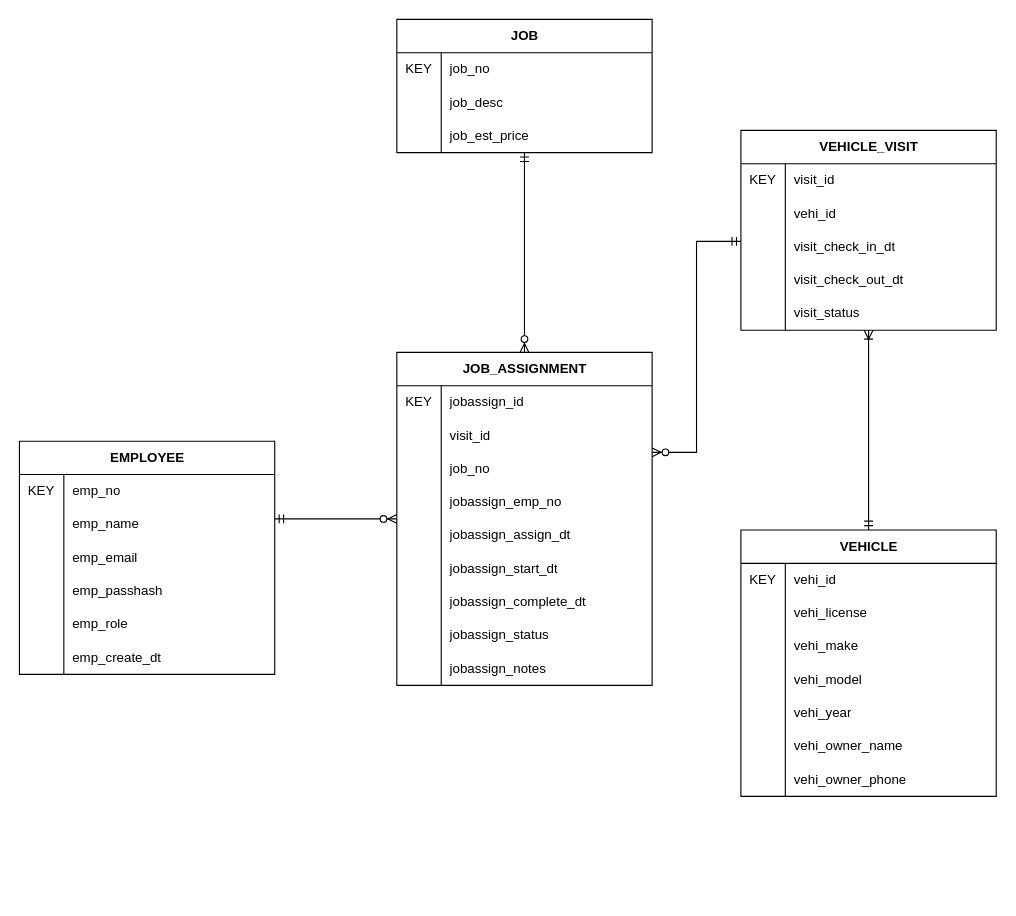
Earlier version of the draw.io diagram backend/design/erd.drawio (PrimeAutocare/primeautocare). Source tidied: cells renumbered, new cells numbered last; positions are measured from the earlier drawing's top-left corner, leaving out a move shared by most shapes. Both pictures are drawn from the tidied source at 111%, with x=0, y=0 at pixel (19, 19).
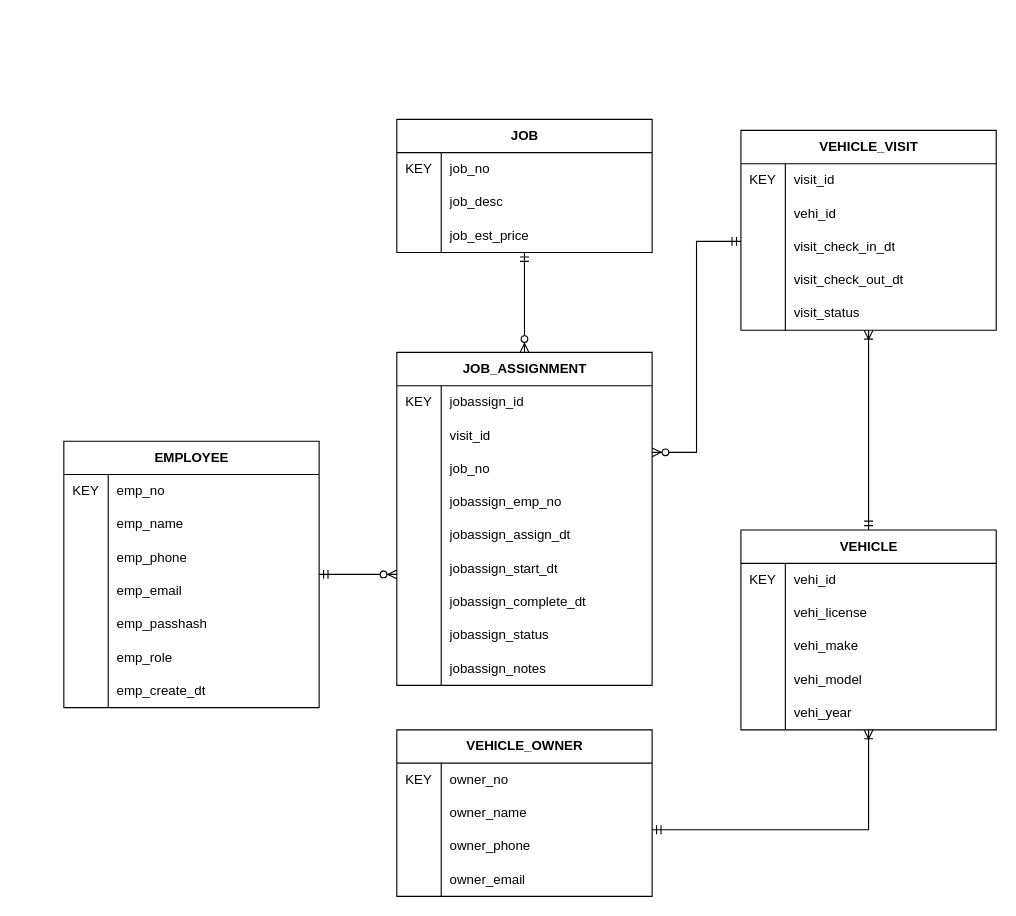
The same diagram, later.

Commit message:
Backend ERD: Add an Owner entity

- An owner entity was added to represent an owner of a vehicle.
- This was added because several vehicles could be owned by a single owner
- Also, if a separate owner entity does not exist, the owner details would have to be entered within the vehicle entity, which causes a partial dependency and data redundancy..

The edit, as a diff of the source:
```diff
@@
     <mxCell id="2" value="EMPLOYEE" style="shape=table;startSize=30;childLayout=tableLayout;rowLines=0;fontStyle=1;align=center;html=1;" parent="1" vertex="1">
-      <mxGeometry y="380" width="230" height="210" as="geometry" />
+      <mxGeometry x="40" y="380" width="230" height="240" as="geometry" />
     </mxCell>
@@
+    <mxCell id="101" style="shape=tableRow;horizontal=0;startSize=0;swimlaneHead=0;swimlaneBody=0;fillColor=none;top=0;left=0;right=0;bottom=0;" parent="2" vertex="1">
+      <mxGeometry y="90" width="230" height="30" as="geometry" />
+    </mxCell>
+    <mxCell id="102" style="shape=partialRectangle;fillColor=none;top=0;left=0;bottom=0;right=0;overflow=hidden;whiteSpace=wrap;html=1;" parent="101" vertex="1">
+      <mxGeometry width="40" height="30" as="geometry" />
+    </mxCell>
+    <mxCell id="103" value="emp_phone" style="shape=partialRectangle;fillColor=none;top=0;left=0;bottom=0;right=0;align=left;spacingLeft=6;overflow=hidden;whiteSpace=wrap;html=1;" parent="101" vertex="1">
+      <mxGeometry x="40" width="190" height="30" as="geometry" />
+    </mxCell>
     <mxCell id="9" style="shape=tableRow;horizontal=0;startSize=0;swimlaneHead=0;swimlaneBody=0;fillColor=none;top=0;left=0;right=0;bottom=0;" parent="2" vertex="1">
-      <mxGeometry y="90" width="230" height="30" as="geometry" />
+      <mxGeometry y="120" width="230" height="30" as="geometry" />
     </mxCell>
@@
     <mxCell id="12" style="shape=tableRow;horizontal=0;startSize=0;swimlaneHead=0;swimlaneBody=0;fillColor=none;top=0;left=0;right=0;bottom=0;" parent="2" vertex="1">
-      <mxGeometry y="120" width="230" height="30" as="geometry" />
+      <mxGeometry y="150" width="230" height="30" as="geometry" />
     </mxCell>
@@
     <mxCell id="15" style="shape=tableRow;horizontal=0;startSize=0;swimlaneHead=0;swimlaneBody=0;fillColor=none;top=0;left=0;right=0;bottom=0;" parent="2" vertex="1">
-      <mxGeometry y="150" width="230" height="30" as="geometry" />
+      <mxGeometry y="180" width="230" height="30" as="geometry" />
     </mxCell>
@@
     <mxCell id="18" style="shape=tableRow;horizontal=0;startSize=0;swimlaneHead=0;swimlaneBody=0;fillColor=none;top=0;left=0;right=0;bottom=0;" parent="2" vertex="1">
-      <mxGeometry y="180" width="230" height="30" as="geometry" />
+      <mxGeometry y="210" width="230" height="30" as="geometry" />
     </mxCell>
@@
     <mxCell id="21" value="VEHICLE" style="shape=table;startSize=30;childLayout=tableLayout;rowLines=0;fontStyle=1;align=center;html=1;" parent="1" vertex="1">
-      <mxGeometry x="650" y="460" width="230" height="240" as="geometry" />
+      <mxGeometry x="650" y="460" width="230" height="180" as="geometry" />
     </mxCell>
@@
-    <mxCell id="37" style="shape=tableRow;horizontal=0;startSize=0;swimlaneHead=0;swimlaneBody=0;fillColor=none;top=0;left=0;right=0;bottom=0;" parent="21" vertex="1">
-      <mxGeometry y="180" width="230" height="30" as="geometry" />
-    </mxCell>
-    <mxCell id="38" style="shape=partialRectangle;fillColor=none;top=0;left=0;bottom=0;right=0;overflow=hidden;whiteSpace=wrap;html=1;" parent="37" vertex="1">
-      <mxGeometry width="40" height="30" as="geometry" />
-    </mxCell>
-    <mxCell id="39" value="vehi_owner_name" style="shape=partialRectangle;fillColor=none;top=0;left=0;bottom=0;right=0;align=left;spacingLeft=6;overflow=hidden;whiteSpace=wrap;html=1;" parent="37" vertex="1">
-      <mxGeometry x="40" width="190" height="30" as="geometry" />
-    </mxCell>
-    <mxCell id="40" style="shape=tableRow;horizontal=0;startSize=0;swimlaneHead=0;swimlaneBody=0;fillColor=none;top=0;left=0;right=0;bottom=0;" parent="21" vertex="1">
-      <mxGeometry y="210" width="230" height="30" as="geometry" />
-    </mxCell>
-    <mxCell id="41" style="shape=partialRectangle;fillColor=none;top=0;left=0;bottom=0;right=0;overflow=hidden;whiteSpace=wrap;html=1;" parent="40" vertex="1">
-      <mxGeometry width="40" height="30" as="geometry" />
-    </mxCell>
-    <mxCell id="42" value="vehi_owner_phone" style="shape=partialRectangle;fillColor=none;top=0;left=0;bottom=0;right=0;align=left;spacingLeft=6;overflow=hidden;whiteSpace=wrap;html=1;" parent="40" vertex="1">
-      <mxGeometry x="40" width="190" height="30" as="geometry" />
-    </mxCell>
     <mxCell id="43" value="JOB" style="shape=table;startSize=30;childLayout=tableLayout;rowLines=0;fontStyle=1;align=center;html=1;" parent="1" vertex="1">
-      <mxGeometry x="340" width="230" height="120" as="geometry" />
+      <mxGeometry x="340" y="90" width="230" height="120" as="geometry" />
     </mxCell>
@@
+    <mxCell id="104" value="VEHICLE_OWNER" style="shape=table;startSize=30;childLayout=tableLayout;rowLines=0;fontStyle=1;align=center;html=1;" parent="1" vertex="1">
+      <mxGeometry x="340" y="640" width="230" height="150" as="geometry" />
+    </mxCell>
+    <mxCell id="105" style="shape=tableRow;horizontal=0;startSize=0;swimlaneHead=0;swimlaneBody=0;fillColor=none;top=0;left=0;right=0;bottom=0;" parent="104" vertex="1">
+      <mxGeometry y="30" width="230" height="30" as="geometry" />
+    </mxCell>
+    <mxCell id="106" value="KEY" style="shape=partialRectangle;fillColor=none;top=0;left=0;bottom=0;right=0;overflow=hidden;whiteSpace=wrap;html=1;" parent="105" vertex="1">
+      <mxGeometry width="40" height="30" as="geometry" />
+    </mxCell>
+    <mxCell id="107" value="owner_no" style="shape=partialRectangle;fillColor=none;top=0;left=0;bottom=0;right=0;align=left;spacingLeft=6;overflow=hidden;whiteSpace=wrap;html=1;" parent="105" vertex="1">
+      <mxGeometry x="40" width="190" height="30" as="geometry" />
+    </mxCell>
+    <mxCell id="108" style="shape=tableRow;horizontal=0;startSize=0;swimlaneHead=0;swimlaneBody=0;fillColor=none;top=0;left=0;right=0;bottom=0;" parent="104" vertex="1">
+      <mxGeometry y="60" width="230" height="30" as="geometry" />
+    </mxCell>
+    <mxCell id="109" style="shape=partialRectangle;fillColor=none;top=0;left=0;bottom=0;right=0;overflow=hidden;whiteSpace=wrap;html=1;" parent="108" vertex="1">
+      <mxGeometry width="40" height="30" as="geometry" />
+    </mxCell>
+    <mxCell id="110" value="owner_name" style="shape=partialRectangle;fillColor=none;top=0;left=0;bottom=0;right=0;align=left;spacingLeft=6;overflow=hidden;whiteSpace=wrap;html=1;" parent="108" vertex="1">
+      <mxGeometry x="40" width="190" height="30" as="geometry" />
+    </mxCell>
+    <mxCell id="111" style="shape=tableRow;horizontal=0;startSize=0;swimlaneHead=0;swimlaneBody=0;fillColor=none;top=0;left=0;right=0;bottom=0;" parent="104" vertex="1">
+      <mxGeometry y="90" width="230" height="30" as="geometry" />
+    </mxCell>
+    <mxCell id="112" style="shape=partialRectangle;fillColor=none;top=0;left=0;bottom=0;right=0;overflow=hidden;whiteSpace=wrap;html=1;" parent="111" vertex="1">
+      <mxGeometry width="40" height="30" as="geometry" />
+    </mxCell>
+    <mxCell id="113" value="owner_phone" style="shape=partialRectangle;fillColor=none;top=0;left=0;bottom=0;right=0;align=left;spacingLeft=6;overflow=hidden;whiteSpace=wrap;html=1;" parent="111" vertex="1">
+      <mxGeometry x="40" width="190" height="30" as="geometry" />
+    </mxCell>
+    <mxCell id="114" style="shape=tableRow;horizontal=0;startSize=0;swimlaneHead=0;swimlaneBody=0;fillColor=none;top=0;left=0;right=0;bottom=0;" parent="104" vertex="1">
+      <mxGeometry y="120" width="230" height="30" as="geometry" />
+    </mxCell>
+    <mxCell id="115" style="shape=partialRectangle;fillColor=none;top=0;left=0;bottom=0;right=0;overflow=hidden;whiteSpace=wrap;html=1;" parent="114" vertex="1">
+      <mxGeometry width="40" height="30" as="geometry" />
+    </mxCell>
+    <mxCell id="116" value="owner_email" style="shape=partialRectangle;fillColor=none;top=0;left=0;bottom=0;right=0;align=left;spacingLeft=6;overflow=hidden;whiteSpace=wrap;html=1;" parent="114" vertex="1">
+      <mxGeometry x="40" width="190" height="30" as="geometry" />
+    </mxCell>
+    <mxCell id="117" style="fontSize=12;html=1;endArrow=ERoneToMany;startArrow=ERmandOne;rounded=0;edgeStyle=orthogonalEdgeStyle;" parent="1" edge="1" source="104" target="21">
+      <mxGeometry relative="1" as="geometry">
+        <Array as="points">
+          <mxPoint x="765" y="730" />
+        </Array>
+      </mxGeometry>
+    </mxCell>
```
